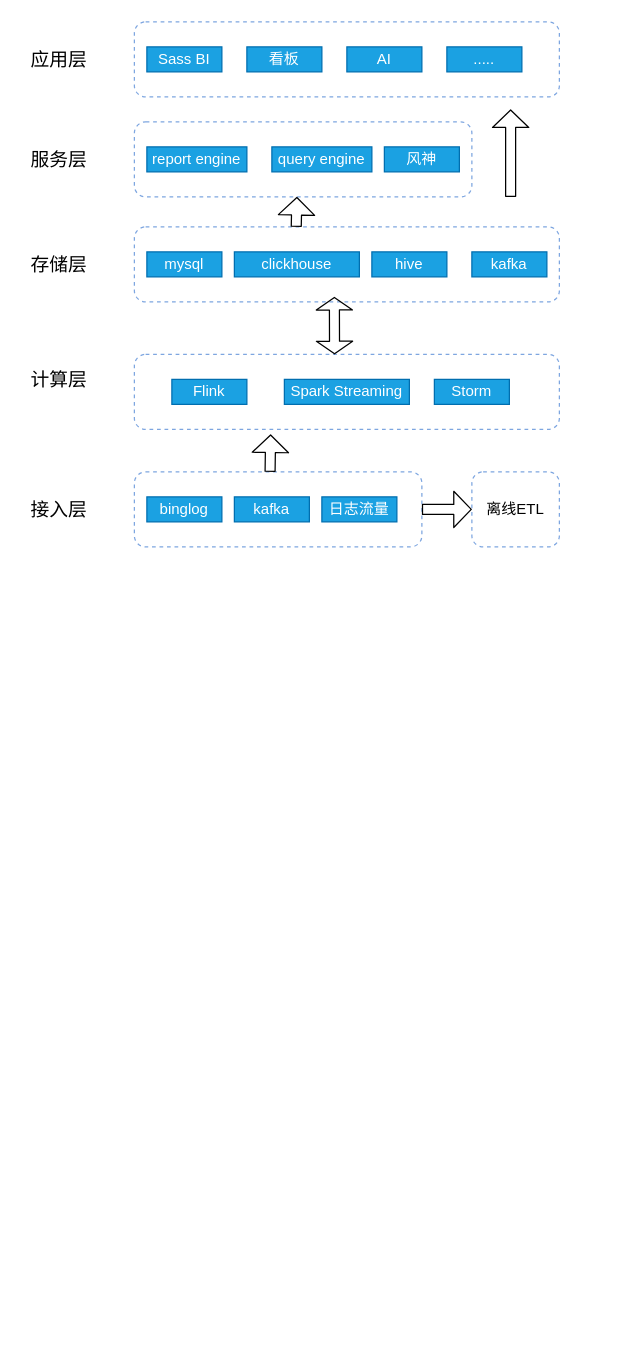
Earlier version of the draw.io diagram realtime_data_warehouse.drawio (cicelprg/drawio). Source tidied: cells renumbered, new cells numbered last; positions are measured from the earlier drawing's top-left corner, leaving out a move shared by most shapes. Both pictures are drawn from the tidied source at 125%, with x=0, y=0 at pixel (21, 21).
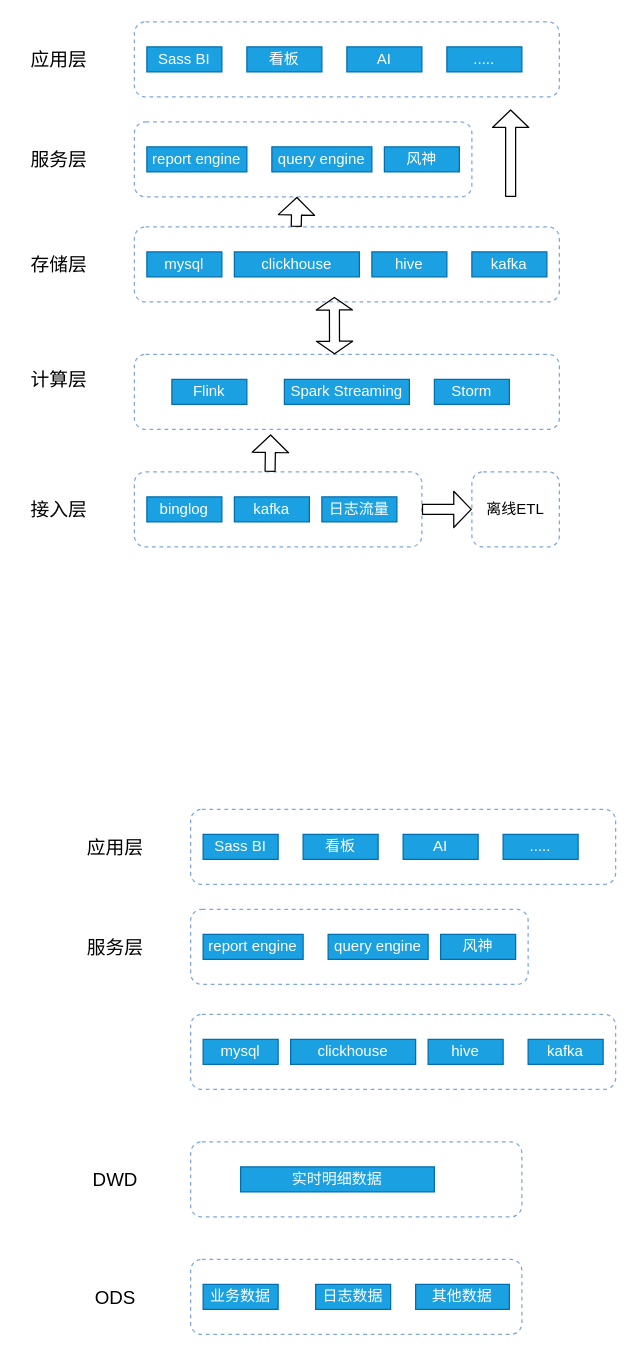
Above is the later version.

What changed in the source:
```diff
@@
+    <mxCell id="35" style="rounded=1;whiteSpace=wrap;html=1;dashed=1;strokeColor=#7EA6E0;" parent="1" vertex="1">
+      <mxGeometry x="135" y="990" width="265" height="60" as="geometry" />
+    </mxCell>
+    <mxCell id="36" value="业务数据" style="rounded=0;whiteSpace=wrap;html=1;strokeColor=#006EAF;fillColor=#1ba1e2;fontColor=#ffffff;" parent="1" vertex="1">
+      <mxGeometry x="145" y="1010" width="60" height="20" as="geometry" />
+    </mxCell>
+    <mxCell id="37" value="日志数据" style="rounded=0;whiteSpace=wrap;html=1;strokeColor=#006EAF;fillColor=#1ba1e2;fontColor=#ffffff;" parent="1" vertex="1">
+      <mxGeometry x="235" y="1010" width="60" height="20" as="geometry" />
+    </mxCell>
+    <mxCell id="38" value="&lt;span style=&quot;font-size: 15px&quot;&gt;ODS&lt;/span&gt;" style="text;html=1;strokeColor=none;fillColor=none;align=center;verticalAlign=middle;whiteSpace=wrap;rounded=0;" parent="1" vertex="1">
+      <mxGeometry x="45" y="1010" width="60" height="20" as="geometry" />
+    </mxCell>
+    <mxCell id="39" style="rounded=1;whiteSpace=wrap;html=1;dashed=1;strokeColor=#7EA6E0;" parent="1" vertex="1">
+      <mxGeometry x="135" y="896" width="265" height="60" as="geometry" />
+    </mxCell>
+    <mxCell id="40" value="实时明细数据" style="rounded=0;whiteSpace=wrap;html=1;strokeColor=#006EAF;fillColor=#1ba1e2;fontColor=#ffffff;" parent="1" vertex="1">
+      <mxGeometry x="175" y="916" width="155" height="20" as="geometry" />
+    </mxCell>
+    <mxCell id="41" style="rounded=1;whiteSpace=wrap;html=1;dashed=1;strokeColor=#7EA6E0;" parent="1" vertex="1">
+      <mxGeometry x="135" y="794" width="340" height="60" as="geometry" />
+    </mxCell>
+    <mxCell id="42" value="mysql" style="rounded=0;whiteSpace=wrap;html=1;strokeColor=#006EAF;fillColor=#1ba1e2;fontColor=#ffffff;" parent="1" vertex="1">
+      <mxGeometry x="145" y="814" width="60" height="20" as="geometry" />
+    </mxCell>
+    <mxCell id="43" value="clickhouse" style="rounded=0;whiteSpace=wrap;html=1;strokeColor=#006EAF;fillColor=#1ba1e2;fontColor=#ffffff;" parent="1" vertex="1">
+      <mxGeometry x="215" y="814" width="100" height="20" as="geometry" />
+    </mxCell>
+    <mxCell id="44" value="hive" style="rounded=0;whiteSpace=wrap;html=1;strokeColor=#006EAF;fillColor=#1ba1e2;fontColor=#ffffff;" parent="1" vertex="1">
+      <mxGeometry x="325" y="814" width="60" height="20" as="geometry" />
+    </mxCell>
+    <mxCell id="45" value="kafka" style="rounded=0;whiteSpace=wrap;html=1;strokeColor=#006EAF;fillColor=#1ba1e2;fontColor=#ffffff;" parent="1" vertex="1">
+      <mxGeometry x="405" y="814" width="60" height="20" as="geometry" />
+    </mxCell>
+    <mxCell id="46" value="&lt;span style=&quot;font-size: 15px&quot;&gt;服务层&lt;/span&gt;" style="text;html=1;strokeColor=none;fillColor=none;align=center;verticalAlign=middle;whiteSpace=wrap;rounded=0;" parent="1" vertex="1">
+      <mxGeometry x="45" y="730" width="60" height="20" as="geometry" />
+    </mxCell>
+    <mxCell id="47" style="rounded=1;whiteSpace=wrap;html=1;dashed=1;strokeColor=#7EA6E0;" parent="1" vertex="1">
+      <mxGeometry x="135" y="710" width="270" height="60" as="geometry" />
+    </mxCell>
+    <mxCell id="48" value="report engine" style="rounded=0;whiteSpace=wrap;html=1;strokeColor=#006EAF;fillColor=#1ba1e2;fontColor=#ffffff;" parent="1" vertex="1">
+      <mxGeometry x="145" y="730" width="80" height="20" as="geometry" />
+    </mxCell>
+    <mxCell id="49" value="query engine" style="rounded=0;whiteSpace=wrap;html=1;strokeColor=#006EAF;fillColor=#1ba1e2;fontColor=#ffffff;" parent="1" vertex="1">
+      <mxGeometry x="245" y="730" width="80" height="20" as="geometry" />
+    </mxCell>
+    <mxCell id="50" value="风神" style="rounded=0;whiteSpace=wrap;html=1;strokeColor=#006EAF;fillColor=#1ba1e2;fontColor=#ffffff;" parent="1" vertex="1">
+      <mxGeometry x="335" y="730" width="60" height="20" as="geometry" />
+    </mxCell>
+    <mxCell id="51" value="&lt;span style=&quot;font-size: 15px&quot;&gt;应用层&lt;/span&gt;" style="text;html=1;strokeColor=none;fillColor=none;align=center;verticalAlign=middle;whiteSpace=wrap;rounded=0;" parent="1" vertex="1">
+      <mxGeometry x="45" y="650" width="60" height="20" as="geometry" />
+    </mxCell>
+    <mxCell id="52" style="rounded=1;whiteSpace=wrap;html=1;dashed=1;strokeColor=#7EA6E0;" parent="1" vertex="1">
+      <mxGeometry x="135" y="630" width="340" height="60" as="geometry" />
+    </mxCell>
+    <mxCell id="53" value="Sass BI" style="rounded=0;whiteSpace=wrap;html=1;strokeColor=#006EAF;fillColor=#1ba1e2;fontColor=#ffffff;" parent="1" vertex="1">
+      <mxGeometry x="145" y="650" width="60" height="20" as="geometry" />
+    </mxCell>
+    <mxCell id="54" value="看板" style="rounded=0;whiteSpace=wrap;html=1;strokeColor=#006EAF;fillColor=#1ba1e2;fontColor=#ffffff;" parent="1" vertex="1">
+      <mxGeometry x="225" y="650" width="60" height="20" as="geometry" />
+    </mxCell>
+    <mxCell id="55" value="AI" style="rounded=0;whiteSpace=wrap;html=1;strokeColor=#006EAF;fillColor=#1ba1e2;fontColor=#ffffff;" parent="1" vertex="1">
+      <mxGeometry x="305" y="650" width="60" height="20" as="geometry" />
+    </mxCell>
+    <mxCell id="56" value="....." style="rounded=0;whiteSpace=wrap;html=1;strokeColor=#006EAF;fillColor=#1ba1e2;fontColor=#ffffff;" parent="1" vertex="1">
+      <mxGeometry x="385" y="650" width="60" height="20" as="geometry" />
+    </mxCell>
+    <mxCell id="57" value="&lt;span style=&quot;font-size: 15px&quot;&gt;DWD&lt;/span&gt;" style="text;html=1;strokeColor=none;fillColor=none;align=center;verticalAlign=middle;whiteSpace=wrap;rounded=0;" parent="1" vertex="1">
+      <mxGeometry x="45" y="916" width="60" height="20" as="geometry" />
+    </mxCell>
+    <mxCell id="58" value="其他数据" style="rounded=0;whiteSpace=wrap;html=1;strokeColor=#006EAF;fillColor=#1ba1e2;fontColor=#ffffff;" parent="1" vertex="1">
+      <mxGeometry x="315" y="1010" width="75" height="20" as="geometry" />
+    </mxCell>
```
